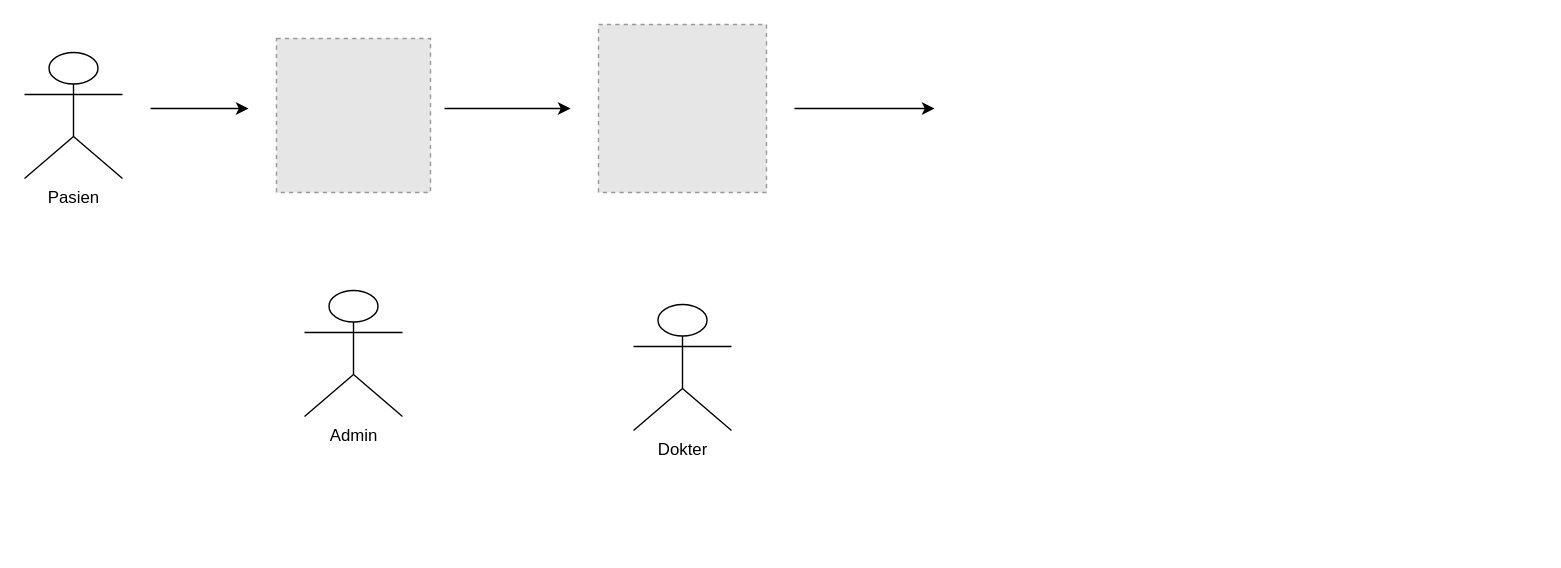
Earlier version of the draw.io diagram Proses Bisnis.drawio (ratihpn99/rpn). Source tidied: cells renumbered, new cells numbered last; positions are measured from the earlier drawing's top-left corner, leaving out a move shared by most shapes. Both pictures are drawn from the tidied source at 140%, with x=0, y=0 at pixel (24, 24). Pictures stored in the file or linked from it are replaced by grey dashed boxes.
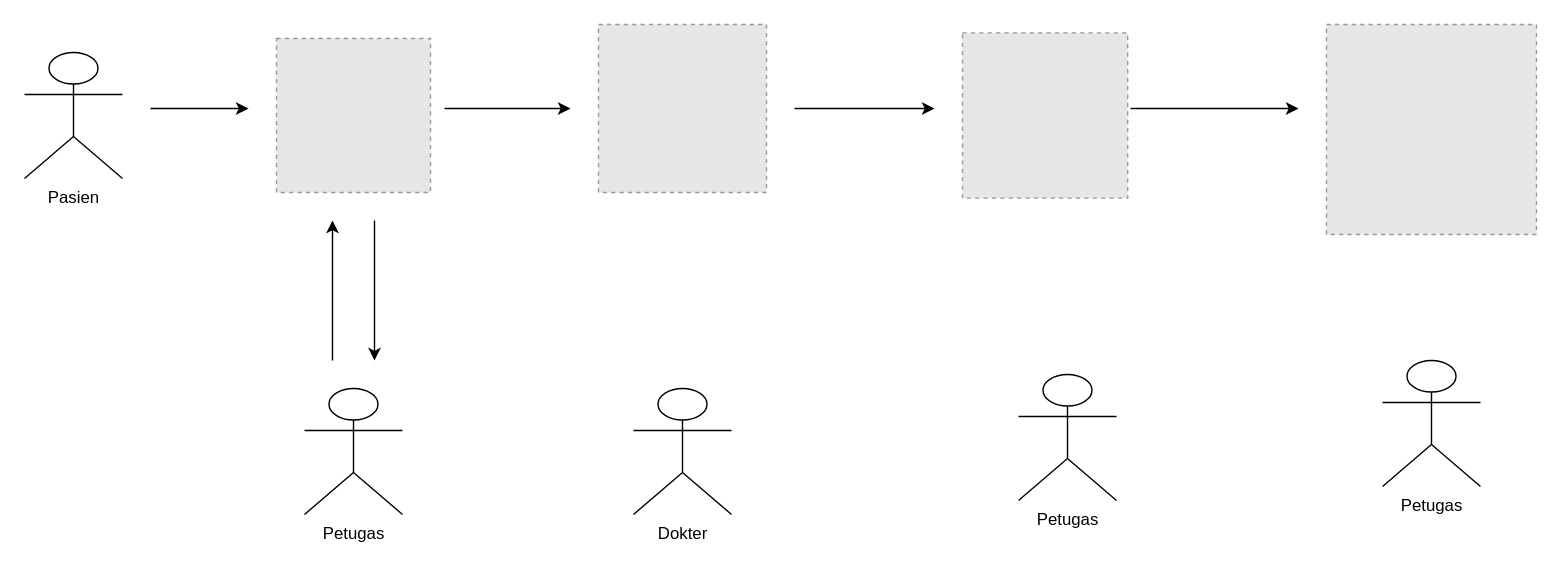
The same diagram, later.

Diff of the diagram source:
```diff
@@
-    <mxCell id="2" value="Admin" style="shape=umlActor;verticalLabelPosition=bottom;verticalAlign=top;html=1;" parent="1" vertex="1">
-      <mxGeometry x="200" y="190" width="70" height="90" as="geometry" />
+    <mxCell id="2" value="Petugas" style="shape=umlActor;verticalLabelPosition=bottom;verticalAlign=top;html=1;" parent="1" vertex="1">
+      <mxGeometry x="200" y="260" width="70" height="90" as="geometry" />
     </mxCell>
@@
     <mxCell id="8" value="Dokter" style="shape=umlActor;verticalLabelPosition=bottom;verticalAlign=top;html=1;" parent="1" vertex="1">
-      <mxGeometry x="435" y="200" width="70" height="90" as="geometry" />
+      <mxGeometry x="435" y="260" width="70" height="90" as="geometry" />
     </mxCell>
@@
+    <mxCell id="10" style="fillColor=#E6E6E6;strokeColor=#999999;dashed=1;verticalLabelPosition=bottom;labelBackgroundColor=#ffffff;verticalAlign=top;" parent="1" vertex="1">
+      <mxGeometry x="670" y="6" width="118" height="118" as="geometry" />
+    </mxCell>
+    <mxCell id="11" value="Petugas" style="shape=umlActor;verticalLabelPosition=bottom;verticalAlign=top;html=1;" parent="1" vertex="1">
+      <mxGeometry x="710" y="250" width="70" height="90" as="geometry" />
+    </mxCell>
+    <mxCell id="12" style="endArrow=classic;html=1;" parent="1" edge="1">
+      <mxGeometry relative="1" as="geometry">
+        <mxPoint x="790" y="60" as="sourcePoint" />
+        <mxPoint x="910" y="60" as="targetPoint" />
+      </mxGeometry>
+    </mxCell>
+    <mxCell id="13" style="fillColor=#E6E6E6;strokeColor=#999999;dashed=1;verticalLabelPosition=bottom;labelBackgroundColor=#ffffff;verticalAlign=top;" parent="1" vertex="1">
+      <mxGeometry x="930" width="150" height="150" as="geometry" />
+    </mxCell>
+    <mxCell id="14" value="Petugas" style="shape=umlActor;verticalLabelPosition=bottom;verticalAlign=top;html=1;" parent="1" vertex="1">
+      <mxGeometry x="970" y="240" width="70" height="90" as="geometry" />
+    </mxCell>
+    <mxCell id="15" style="endArrow=classic;html=1;" parent="1" edge="1">
+      <mxGeometry relative="1" as="geometry">
+        <mxPoint x="220" y="240" as="sourcePoint" />
+        <mxPoint x="220" y="140" as="targetPoint" />
+      </mxGeometry>
+    </mxCell>
+    <mxCell id="16" style="endArrow=classic;html=1;" parent="1" edge="1">
+      <mxGeometry relative="1" as="geometry">
+        <mxPoint x="250" y="140" as="sourcePoint" />
+        <mxPoint x="250" y="240" as="targetPoint" />
+      </mxGeometry>
+    </mxCell>
```
